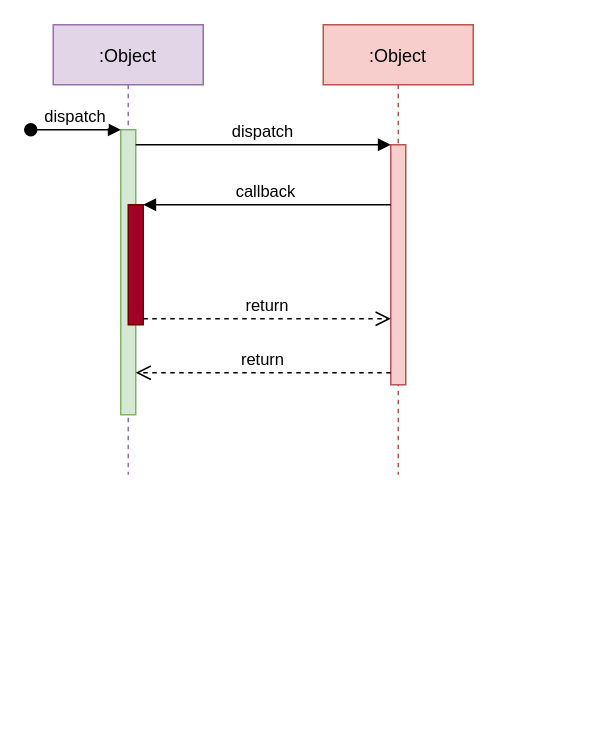
This is src/deep1 Diagram.drawio from deepgit/jhipsterSampleApplication, a draw.io file, before an edit. Source tidied: cells renumbered, new cells numbered last; positions are measured from the earlier drawing's top-left corner, leaving out a move shared by most shapes. Both pictures are drawn from the tidied source at 150%, with x=0, y=0 at pixel (30, 24).
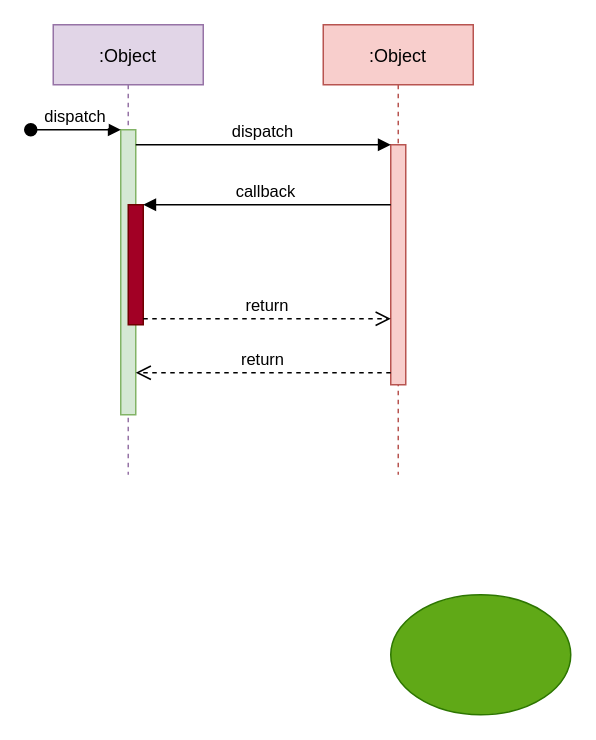
Above is the later version.

Diff of the diagram source:
```diff
@@
 <mxGraphModel>
   <root>
     <mxCell id="0" />
     <mxCell id="1" parent="0" />
     <mxCell id="2" value=":Object" style="shape=umlLifeline;perimeter=lifelinePerimeter;rounded=0;shadow=0;strokeWidth=1;fillColor=#e1d5e7;strokeColor=#9673a6;" parent="1" vertex="1">
       <mxGeometry x="15" width="100" height="300" as="geometry" />
     </mxCell>
     <mxCell id="3" style="points=[];perimeter=orthogonalPerimeter;rounded=0;shadow=0;strokeWidth=1;fillColor=#d5e8d4;strokeColor=#82b366;" parent="2" vertex="1">
       <mxGeometry x="45" y="70" width="10" height="190" as="geometry" />
     </mxCell>
     <mxCell id="4" value="dispatch" style="verticalAlign=bottom;startArrow=oval;endArrow=block;startSize=8;shadow=0;strokeWidth=1;" parent="2" edge="1" target="3">
       <mxGeometry relative="1" as="geometry">
         <mxPoint x="-15" y="70" as="sourcePoint" />
       </mxGeometry>
     </mxCell>
     <mxCell id="5" style="points=[];perimeter=orthogonalPerimeter;rounded=0;shadow=0;strokeWidth=1;fillColor=#a20025;strokeColor=#6F0000;fontColor=#ffffff;" parent="2" vertex="1">
       <mxGeometry x="50" y="120" width="10" height="80" as="geometry" />
     </mxCell>
     <mxCell id="6" value=":Object" style="shape=umlLifeline;perimeter=lifelinePerimeter;rounded=0;shadow=0;strokeWidth=1;fillColor=#f8cecc;strokeColor=#b85450;" parent="1" vertex="1">
       <mxGeometry x="195" width="100" height="300" as="geometry" />
     </mxCell>
     <mxCell id="7" style="points=[];perimeter=orthogonalPerimeter;rounded=0;shadow=0;strokeWidth=1;fillColor=#f8cecc;strokeColor=#b85450;" parent="6" vertex="1">
       <mxGeometry x="45" y="80" width="10" height="160" as="geometry" />
     </mxCell>
     <mxCell id="8" value="return" style="verticalAlign=bottom;endArrow=open;dashed=1;endSize=8;exitX=0;exitY=0.95;shadow=0;strokeWidth=1;" parent="1" edge="1" source="7" target="3">
       <mxGeometry relative="1" as="geometry" />
     </mxCell>
     <mxCell id="9" value="dispatch" style="verticalAlign=bottom;endArrow=block;entryX=0;entryY=0;shadow=0;strokeWidth=1;" parent="1" edge="1" source="3" target="7">
       <mxGeometry relative="1" as="geometry" />
     </mxCell>
     <mxCell id="10" value="callback" style="verticalAlign=bottom;endArrow=block;entryX=1;entryY=0;shadow=0;strokeWidth=1;" parent="1" edge="1" source="7" target="5">
       <mxGeometry relative="1" as="geometry" />
     </mxCell>
     <mxCell id="11" value="return" style="verticalAlign=bottom;endArrow=open;dashed=1;endSize=8;exitX=1;exitY=0.95;shadow=0;strokeWidth=1;" parent="1" edge="1" source="5" target="7">
       <mxGeometry relative="1" as="geometry" />
     </mxCell>
+    <mxCell id="12" style="ellipse;whiteSpace=wrap;html=1;fillColor=#60a917;strokeColor=#2D7600;fontColor=#ffffff;" parent="1" vertex="1">
+      <mxGeometry x="240" y="380" width="120" height="80" as="geometry" />
+    </mxCell>
   </root>
 </mxGraphModel>
```
